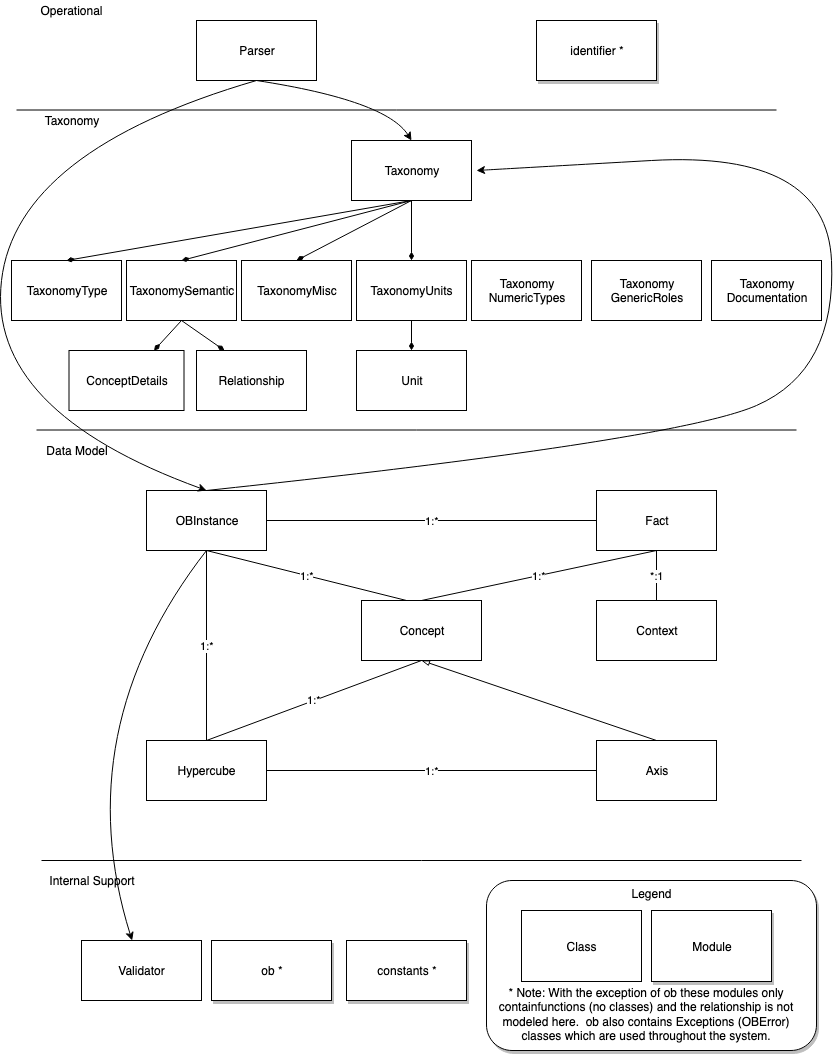
The draw.io diagram docs/source/pyoblib.png in SunSpecOrangeButton/pyoblib, before a commit. Source tidied: cells renumbered, new cells last; positions are measured from the earlier drawing's top-left corner, leaving out a move shared by most shapes.
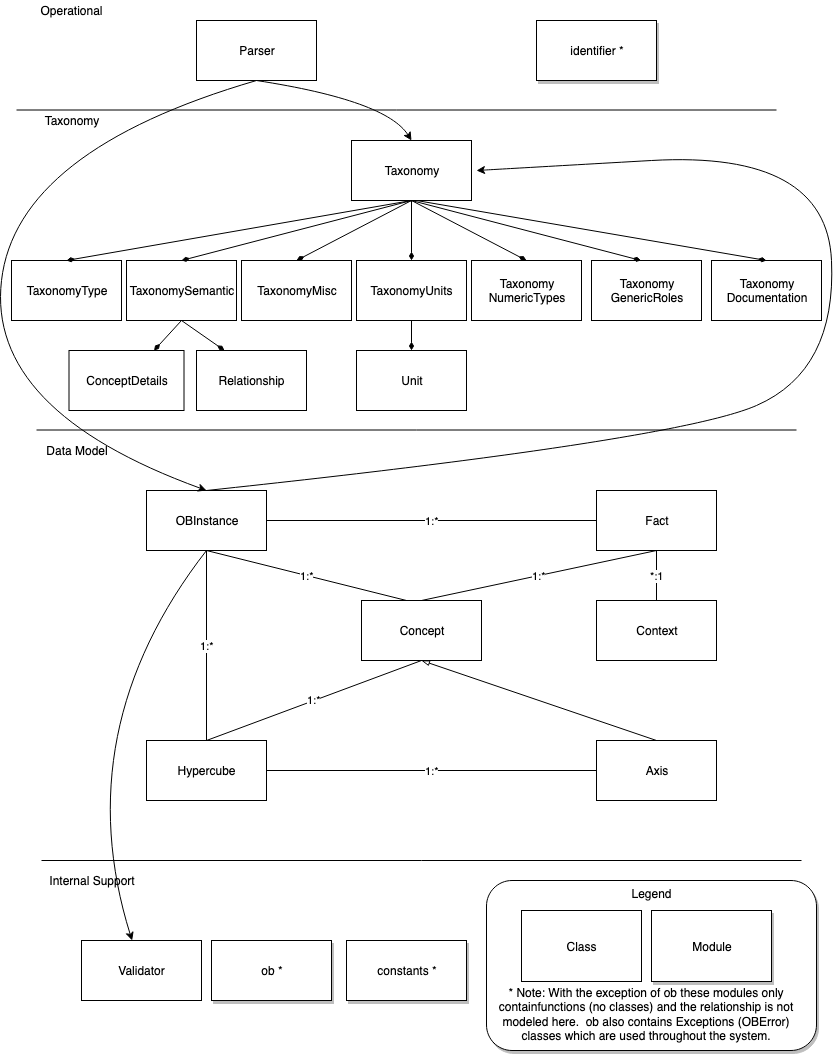
After the commit.

Commit message:
Added lines to diagram

What changed in the source:
```diff
@@ -192,5 +192,18 @@
     <mxCell id="53" value="Module" style="rounded=0;whiteSpace=wrap;html=1;shadow=1;" parent="1" vertex="1">
       <mxGeometry x="665" y="910" width="120" height="71" as="geometry" />
     </mxCell>
+    <mxCell id="54" style="endArrow=diamondThin;html=1;entryX=0.5;entryY=0;exitX=0.5;exitY=1;endFill=1;exitDx=0;exitDy=0;entryDx=0;entryDy=0;" parent="1" edge="1" source="3" target="47">
+      <mxGeometry relative="1" as="geometry" />
+    </mxCell>
+    <mxCell id="55" style="endArrow=diamondThin;html=1;entryX=0.5;entryY=0;exitX=0.5;exitY=1;endFill=1;exitDx=0;exitDy=0;" parent="1" edge="1" source="3">
+      <mxGeometry relative="1" as="geometry">
+        <mxPoint x="654.5" y="260" as="targetPoint" />
+      </mxGeometry>
+    </mxCell>
+    <mxCell id="56" style="endArrow=diamondThin;html=1;entryX=0.5;entryY=0;endFill=1;entryDx=0;entryDy=0;" parent="1" edge="1" target="50">
+      <mxGeometry relative="1" as="geometry">
+        <mxPoint x="430" y="200" as="sourcePoint" />
+      </mxGeometry>
+    </mxCell>
   </root>
 </mxGraphModel>
```
